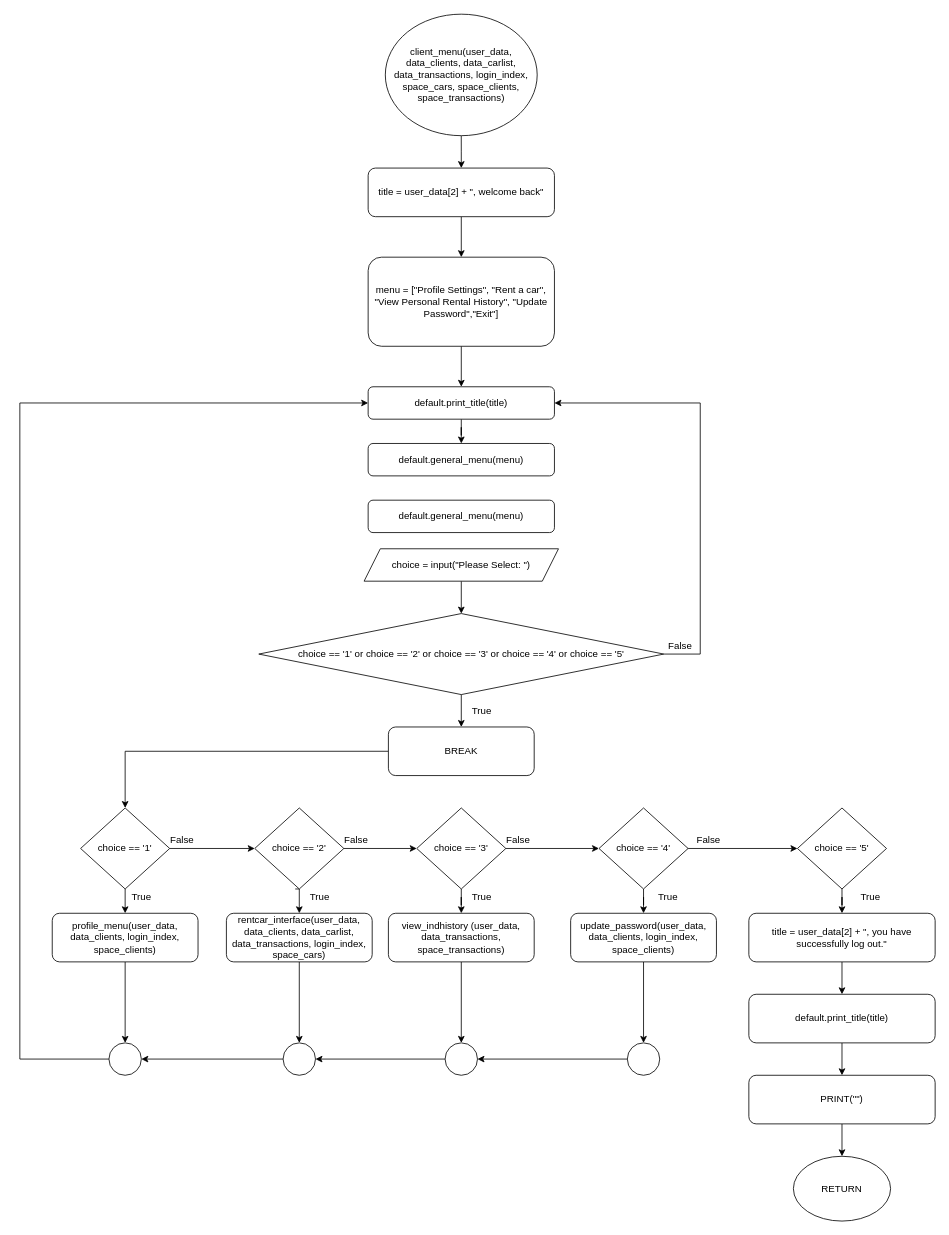
Before: Flowchart/clients/client_menu.drawio in RabbitBear00/Car-Rental-System, a draw.io diagram. Source tidied: cells renumbered, new cells numbered last; positions are measured from the earlier drawing's top-left corner, leaving out a move shared by most shapes. Both pictures are drawn from the tidied source at 81%, with x=0, y=0 at pixel (19, 14).
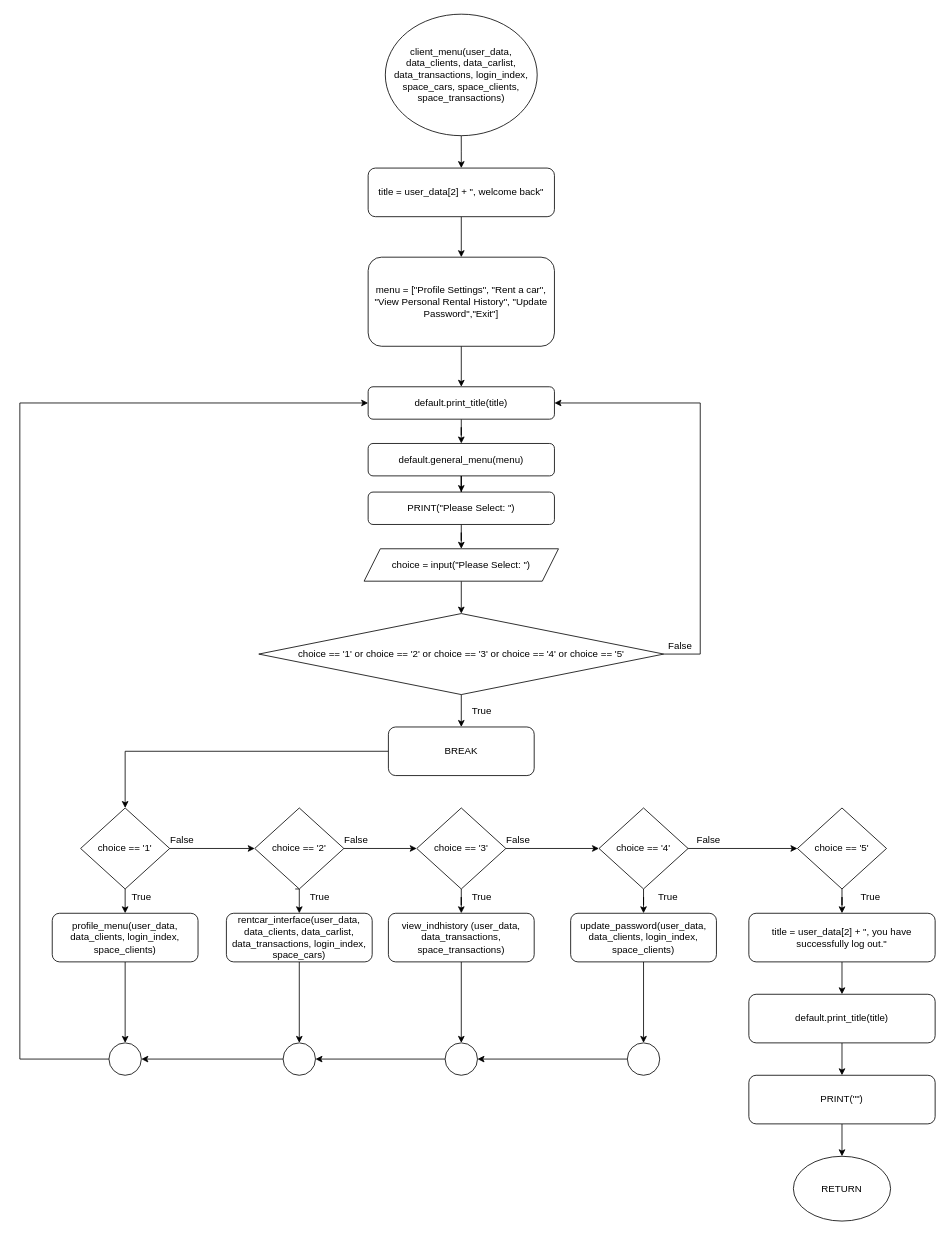
Above is the later version.

Unchanged cells that the change refers to:
```xml
<mxCell id="44" value="default.general_menu(menu)" style="rounded=1;whiteSpace=wrap;html=1;" parent="1" vertex="1">
  <mxGeometry x="430" y="530" width="230" height="40" as="geometry" />
</mxCell>
<mxCell id="65" value="choice = input(&quot;Please Select: &quot;)" style="shape=parallelogram;perimeter=parallelogramPerimeter;whiteSpace=wrap;html=1;fixedSize=1;" parent="1" vertex="1">
  <mxGeometry x="425" y="660" width="240" height="40" as="geometry" />
</mxCell>
```

Change to the diagram source:
```diff
@@
+    <mxCell id="67" style="edgeStyle=orthogonalEdgeStyle;rounded=0;jettySize=auto;html=1;startArrow=none;startFill=0;endArrow=classic;endFill=1;" parent="1" edge="1" source="44" target="66">
+      <mxGeometry relative="1" as="geometry" />
+    </mxCell>
@@
+    <mxCell id="68" style="edgeStyle=orthogonalEdgeStyle;rounded=0;jettySize=auto;html=1;startArrow=none;startFill=0;endArrow=classic;endFill=1;" parent="1" edge="1" source="66" target="65">
+      <mxGeometry relative="1" as="geometry" />
+    </mxCell>
-    <mxCell id="66" value="default.general_menu(menu)" style="rounded=1;whiteSpace=wrap;html=1;" parent="1" vertex="1">
-      <mxGeometry x="430" y="600" width="230" height="40" as="geometry" />
+    <mxCell id="66" value="PRINT(&quot;Please Select: &quot;)" style="rounded=1;whiteSpace=wrap;html=1;" parent="1" vertex="1">
+      <mxGeometry x="430" y="590" width="230" height="40" as="geometry" />
     </mxCell>
```
